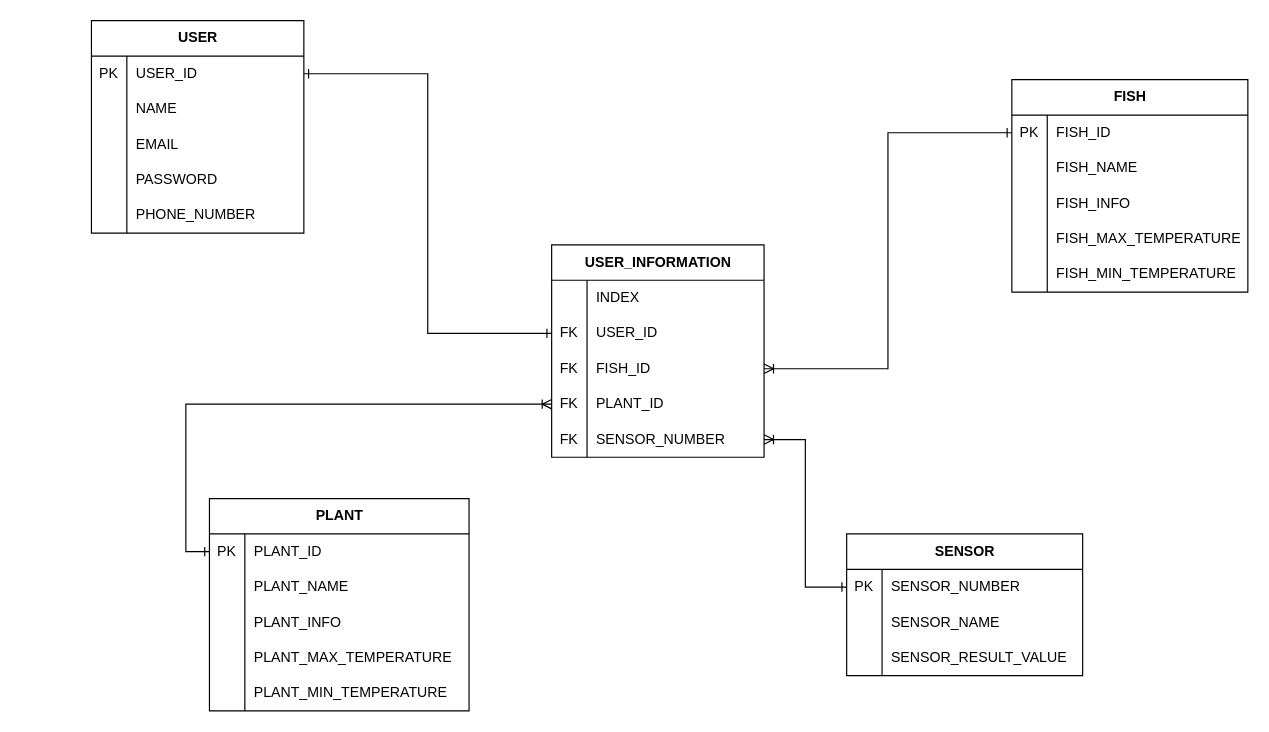
This is 제목 없는 다이어그램.drawio from hayarobyjy/JY_Code, a draw.io file, before an edit. Source tidied: cells renumbered, new cells numbered last; positions are measured from the earlier drawing's top-left corner, leaving out a move shared by most shapes. Both pictures are drawn from the tidied source at 118%, with x=0, y=0 at pixel (91, 20).
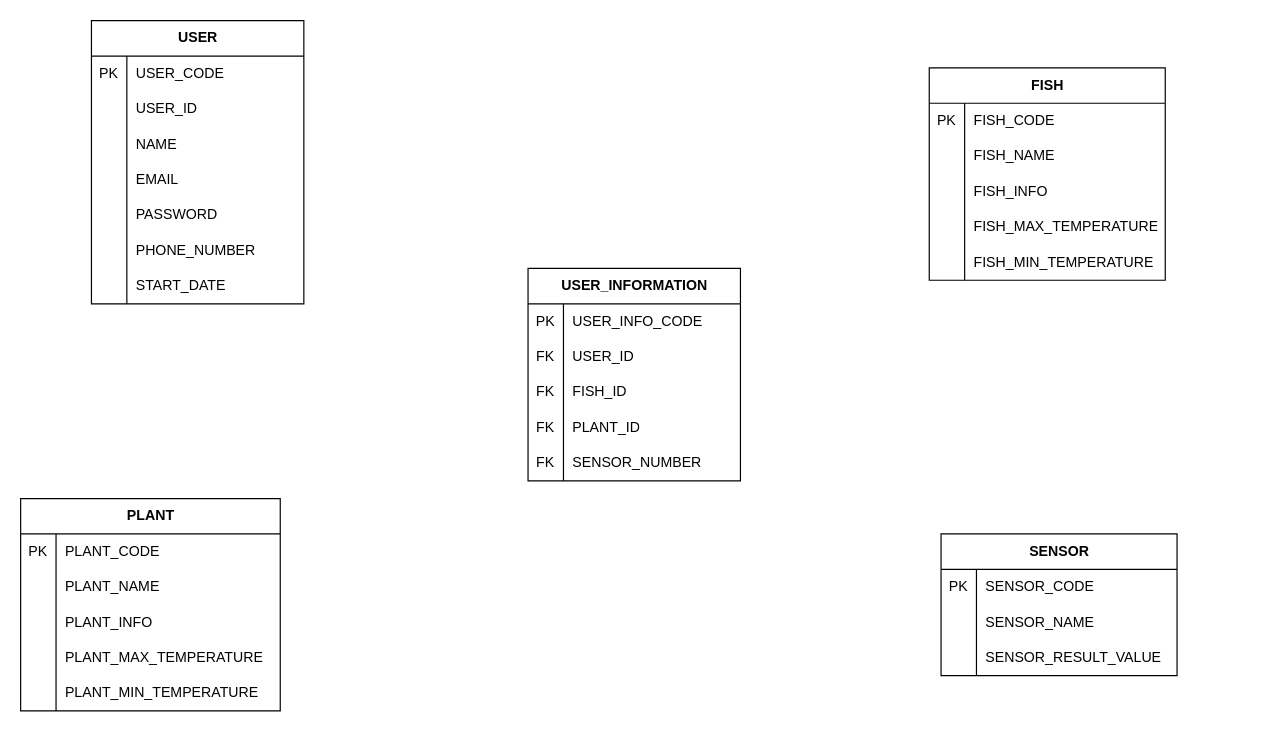
After the change.

Commit message (it also covers changes not shown here):
제목 없는 다이어그램.drawio 업데이트

Unchanged cells that the change refers to:
```xml
<mxCell id="3" style="shape=tableRow;horizontal=0;startSize=0;swimlaneHead=0;swimlaneBody=0;fillColor=none;points=[[0,0.5],[1,0.5]];portConstraint=eastwest;top=0;left=0;right=0;bottom=0;" parent="2" vertex="1">
  <mxGeometry y="30" width="180" height="30" as="geometry" />
</mxCell>
<mxCell id="51" style="shape=tableRow;horizontal=0;startSize=0;swimlaneHead=0;swimlaneBody=0;fillColor=none;points=[[0,0.5],[1,0.5]];portConstraint=eastwest;top=0;left=0;right=0;bottom=0;strokeColor=default;" parent="50" vertex="1">
  <mxGeometry y="30" width="200" height="30" as="geometry" />
</mxCell>
<mxCell id="61" style="shape=tableRow;horizontal=0;startSize=0;swimlaneHead=0;swimlaneBody=0;fillColor=none;top=0;left=0;right=0;bottom=0;strokeColor=default;" parent="60" vertex="1">
  <mxGeometry y="30" width="180" height="30" as="geometry" />
</mxCell>
<mxCell id="64" style="shape=tableRow;horizontal=0;startSize=0;swimlaneHead=0;swimlaneBody=0;fillColor=none;points=[[0,0.5],[1,0.5]];portConstraint=eastwest;top=0;left=0;right=0;bottom=0;strokeColor=default;" parent="60" vertex="1">
  <mxGeometry y="60" width="180" height="30" as="geometry" />
</mxCell>
<mxCell id="67" style="shape=tableRow;horizontal=0;startSize=0;swimlaneHead=0;swimlaneBody=0;fillColor=none;points=[[0,0.5],[1,0.5]];portConstraint=eastwest;top=0;left=0;right=0;bottom=0;strokeColor=default;" parent="60" vertex="1">
  <mxGeometry y="90" width="180" height="30" as="geometry" />
</mxCell>
<mxCell id="70" style="shape=tableRow;horizontal=0;startSize=0;swimlaneHead=0;swimlaneBody=0;fillColor=none;points=[[0,0.5],[1,0.5]];portConstraint=eastwest;top=0;left=0;right=0;bottom=0;strokeColor=default;" parent="60" vertex="1">
  <mxGeometry y="120" width="180" height="30" as="geometry" />
</mxCell>
<mxCell id="73" style="shape=tableRow;horizontal=0;startSize=0;swimlaneHead=0;swimlaneBody=0;fillColor=none;points=[[0,0.5],[1,0.5]];portConstraint=eastwest;top=0;left=0;right=0;bottom=0;" parent="60" vertex="1">
  <mxGeometry y="150" width="180" height="30" as="geometry" />
</mxCell>
```

Diff of the diagram source:
```diff
@@
     <mxCell id="2" value="USER" style="shape=table;startSize=30;childLayout=tableLayout;rowLines=0;fontStyle=1;align=center;html=1;" parent="1" vertex="1">
-      <mxGeometry width="180" height="180" as="geometry" />
+      <mxGeometry width="180" height="240" as="geometry" />
     </mxCell>
@@
-    <mxCell id="5" value="USER_ID" style="shape=partialRectangle;fillColor=none;top=0;left=0;bottom=0;right=0;align=left;spacingLeft=6;overflow=hidden;whiteSpace=wrap;html=1;" parent="3" vertex="1">
+    <mxCell id="5" value="USER_CODE" style="shape=partialRectangle;fillColor=none;top=0;left=0;bottom=0;right=0;align=left;spacingLeft=6;overflow=hidden;whiteSpace=wrap;html=1;" parent="3" vertex="1">
       <mxGeometry x="30" width="150" height="30" as="geometry" />
     </mxCell>
+    <mxCell id="80" style="shape=tableRow;horizontal=0;startSize=0;swimlaneHead=0;swimlaneBody=0;fillColor=none;top=0;left=0;right=0;bottom=0;" parent="2" vertex="1">
+      <mxGeometry y="60" width="180" height="30" as="geometry" />
+    </mxCell>
+    <mxCell id="81" style="shape=partialRectangle;fillColor=none;top=0;left=0;bottom=0;right=0;overflow=hidden;whiteSpace=wrap;html=1;" parent="80" vertex="1">
+      <mxGeometry width="30" height="30" as="geometry" />
+    </mxCell>
+    <mxCell id="82" value="USER_ID" style="shape=partialRectangle;fillColor=none;top=0;left=0;bottom=0;right=0;align=left;spacingLeft=6;overflow=hidden;whiteSpace=wrap;html=1;" parent="80" vertex="1">
+      <mxGeometry x="30" width="150" height="30" as="geometry" />
+    </mxCell>
     <mxCell id="6" style="shape=tableRow;horizontal=0;startSize=0;swimlaneHead=0;swimlaneBody=0;fillColor=none;top=0;left=0;right=0;bottom=0;" parent="2" vertex="1">
-      <mxGeometry y="60" width="180" height="30" as="geometry" />
+      <mxGeometry y="90" width="180" height="30" as="geometry" />
     </mxCell>
@@
     <mxCell id="9" style="shape=tableRow;horizontal=0;startSize=0;swimlaneHead=0;swimlaneBody=0;fillColor=none;top=0;left=0;right=0;bottom=0;" parent="2" vertex="1">
-      <mxGeometry y="90" width="180" height="30" as="geometry" />
+      <mxGeometry y="120" width="180" height="30" as="geometry" />
     </mxCell>
@@
     <mxCell id="12" style="shape=tableRow;horizontal=0;startSize=0;swimlaneHead=0;swimlaneBody=0;fillColor=none;top=0;left=0;right=0;bottom=0;" parent="2" vertex="1">
-      <mxGeometry y="120" width="180" height="30" as="geometry" />
+      <mxGeometry y="150" width="180" height="30" as="geometry" />
     </mxCell>
@@
     <mxCell id="15" style="shape=tableRow;horizontal=0;startSize=0;swimlaneHead=0;swimlaneBody=0;fillColor=none;top=0;left=0;right=0;bottom=0;" parent="2" vertex="1">
-      <mxGeometry y="150" width="180" height="30" as="geometry" />
+      <mxGeometry y="180" width="180" height="30" as="geometry" />
     </mxCell>
@@
+    <mxCell id="83" style="shape=tableRow;horizontal=0;startSize=0;swimlaneHead=0;swimlaneBody=0;fillColor=none;top=0;left=0;right=0;bottom=0;" parent="2" vertex="1">
+      <mxGeometry y="210" width="180" height="30" as="geometry" />
+    </mxCell>
+    <mxCell id="84" style="shape=partialRectangle;fillColor=none;top=0;left=0;bottom=0;right=0;overflow=hidden;whiteSpace=wrap;html=1;" parent="83" vertex="1">
+      <mxGeometry width="30" height="30" as="geometry" />
+    </mxCell>
+    <mxCell id="85" value="START_DATE" style="shape=partialRectangle;fillColor=none;top=0;left=0;bottom=0;right=0;align=left;spacingLeft=6;overflow=hidden;whiteSpace=wrap;html=1;" parent="83" vertex="1">
+      <mxGeometry x="30" width="150" height="30" as="geometry" />
+    </mxCell>
     <mxCell id="18" value="PLANT" style="shape=table;startSize=30;childLayout=tableLayout;rowLines=0;fontStyle=1;align=center;html=1;strokeColor=default;verticalAlign=middle;strokeWidth=1;swimlaneLine=1;rounded=0;" parent="1" vertex="1">
-      <mxGeometry x="100" y="405" width="220" height="180" as="geometry" />
+      <mxGeometry x="-60" y="405" width="220" height="180" as="geometry" />
     </mxCell>
-    <mxCell id="19" style="shape=tableRow;horizontal=0;startSize=0;swimlaneHead=0;swimlaneBody=0;fillColor=none;points=[[0,0.5],[1,0.5]];portConstraint=eastwest;top=0;left=0;right=0;bottom=0;strokeColor=default;" parent="18" vertex="1">
-      <mxGeometry y="30" width="220" height="30" as="geometry" />
-    </mxCell>
-    <mxCell id="20" value="PK" style="shape=partialRectangle;fillColor=none;top=0;left=0;bottom=0;right=0;overflow=hidden;whiteSpace=wrap;html=1;" parent="19" vertex="1">
-      <mxGeometry width="30" height="30" as="geometry" />
-    </mxCell>
-    <mxCell id="21" value="PLANT_ID" style="shape=partialRectangle;fillColor=none;top=0;left=0;bottom=0;right=0;align=left;spacingLeft=6;overflow=hidden;whiteSpace=wrap;html=1;" parent="19" vertex="1">
-      <mxGeometry x="30" width="190" height="30" as="geometry" />
-    </mxCell>
     <mxCell id="22" style="shape=tableRow;horizontal=0;startSize=0;swimlaneHead=0;swimlaneBody=0;fillColor=none;top=0;left=0;right=0;bottom=0;strokeColor=default;" parent="18" vertex="1">
-      <mxGeometry y="60" width="220" height="30" as="geometry" />
+      <mxGeometry y="30" width="220" height="30" as="geometry" />
     </mxCell>
-    <mxCell id="23" style="shape=partialRectangle;fillColor=none;top=0;left=0;bottom=0;right=0;overflow=hidden;whiteSpace=wrap;html=1;" parent="22" vertex="1">
+    <mxCell id="23" value="PK" style="shape=partialRectangle;fillColor=none;top=0;left=0;bottom=0;right=0;overflow=hidden;whiteSpace=wrap;html=1;" parent="22" vertex="1">
       <mxGeometry width="30" height="30" as="geometry" />
     </mxCell>
-    <mxCell id="24" value="PLANT_NAME" style="shape=partialRectangle;fillColor=none;top=0;left=0;bottom=0;right=0;align=left;spacingLeft=6;overflow=hidden;whiteSpace=wrap;html=1;" parent="22" vertex="1">
+    <mxCell id="24" value="PLANT_CODE" style="shape=partialRectangle;fillColor=none;top=0;left=0;bottom=0;right=0;align=left;spacingLeft=6;overflow=hidden;whiteSpace=wrap;html=1;" parent="22" vertex="1">
       <mxGeometry x="30" width="190" height="30" as="geometry" />
     </mxCell>
+    <mxCell id="86" style="shape=tableRow;horizontal=0;startSize=0;swimlaneHead=0;swimlaneBody=0;fillColor=none;top=0;left=0;right=0;bottom=0;strokeColor=default;" parent="18" vertex="1">
+      <mxGeometry y="60" width="220" height="30" as="geometry" />
+    </mxCell>
+    <mxCell id="87" style="shape=partialRectangle;fillColor=none;top=0;left=0;bottom=0;right=0;overflow=hidden;whiteSpace=wrap;html=1;" parent="86" vertex="1">
+      <mxGeometry width="30" height="30" as="geometry" />
+    </mxCell>
+    <mxCell id="88" value="PLANT_NAME" style="shape=partialRectangle;fillColor=none;top=0;left=0;bottom=0;right=0;align=left;spacingLeft=6;overflow=hidden;whiteSpace=wrap;html=1;" parent="86" vertex="1">
+      <mxGeometry x="30" width="190" height="30" as="geometry" />
+    </mxCell>
@@
     <mxCell id="34" value="FISH" style="shape=table;startSize=30;childLayout=tableLayout;rowLines=0;fontStyle=1;align=center;html=1;strokeColor=default;verticalAlign=middle;strokeWidth=1;swimlaneLine=1;rounded=0;" parent="1" vertex="1">
-      <mxGeometry x="780" y="50" width="200" height="180" as="geometry" />
+      <mxGeometry x="710" y="40" width="200" height="180" as="geometry" />
     </mxCell>
-    <mxCell id="35" style="shape=tableRow;horizontal=0;startSize=0;swimlaneHead=0;swimlaneBody=0;fillColor=none;points=[[0,0.5],[1,0.5]];portConstraint=eastwest;top=0;left=0;right=0;bottom=0;strokeColor=default;" parent="34" vertex="1">
-      <mxGeometry y="30" width="200" height="30" as="geometry" />
-    </mxCell>
-    <mxCell id="36" value="PK" style="shape=partialRectangle;fillColor=none;top=0;left=0;bottom=0;right=0;overflow=hidden;whiteSpace=wrap;html=1;" parent="35" vertex="1">
-      <mxGeometry width="30" height="30" as="geometry" />
-    </mxCell>
-    <mxCell id="37" value="FISH_ID" style="shape=partialRectangle;fillColor=none;top=0;left=0;bottom=0;right=0;align=left;spacingLeft=6;overflow=hidden;whiteSpace=wrap;html=1;" parent="35" vertex="1">
-      <mxGeometry x="30" width="170" height="30" as="geometry" />
-    </mxCell>
     <mxCell id="38" style="shape=tableRow;horizontal=0;startSize=0;swimlaneHead=0;swimlaneBody=0;fillColor=none;top=0;left=0;right=0;bottom=0;strokeColor=default;" parent="34" vertex="1">
-      <mxGeometry y="60" width="200" height="30" as="geometry" />
+      <mxGeometry y="30" width="200" height="30" as="geometry" />
     </mxCell>
-    <mxCell id="39" style="shape=partialRectangle;fillColor=none;top=0;left=0;bottom=0;right=0;overflow=hidden;whiteSpace=wrap;html=1;" parent="38" vertex="1">
+    <mxCell id="39" value="PK" style="shape=partialRectangle;fillColor=none;top=0;left=0;bottom=0;right=0;overflow=hidden;whiteSpace=wrap;html=1;" parent="38" vertex="1">
       <mxGeometry width="30" height="30" as="geometry" />
     </mxCell>
-    <mxCell id="40" value="FISH_NAME" style="shape=partialRectangle;fillColor=none;top=0;left=0;bottom=0;right=0;align=left;spacingLeft=6;overflow=hidden;whiteSpace=wrap;html=1;" parent="38" vertex="1">
+    <mxCell id="40" value="FISH_CODE" style="shape=partialRectangle;fillColor=none;top=0;left=0;bottom=0;right=0;align=left;spacingLeft=6;overflow=hidden;whiteSpace=wrap;html=1;" parent="38" vertex="1">
       <mxGeometry x="30" width="170" height="30" as="geometry" />
     </mxCell>
+    <mxCell id="89" style="shape=tableRow;horizontal=0;startSize=0;swimlaneHead=0;swimlaneBody=0;fillColor=none;top=0;left=0;right=0;bottom=0;strokeColor=default;" parent="34" vertex="1">
+      <mxGeometry y="60" width="200" height="30" as="geometry" />
+    </mxCell>
+    <mxCell id="90" style="shape=partialRectangle;fillColor=none;top=0;left=0;bottom=0;right=0;overflow=hidden;whiteSpace=wrap;html=1;" parent="89" vertex="1">
+      <mxGeometry width="30" height="30" as="geometry" />
+    </mxCell>
+    <mxCell id="91" value="FISH_NAME" style="shape=partialRectangle;fillColor=none;top=0;left=0;bottom=0;right=0;align=left;spacingLeft=6;overflow=hidden;whiteSpace=wrap;html=1;" parent="89" vertex="1">
+      <mxGeometry x="30" width="170" height="30" as="geometry" />
+    </mxCell>
@@
     <mxCell id="50" value="SENSOR" style="shape=table;startSize=30;childLayout=tableLayout;rowLines=0;fontStyle=1;align=center;html=1;strokeColor=default;verticalAlign=middle;strokeWidth=1;swimlaneLine=1;rounded=0;" parent="1" vertex="1">
-      <mxGeometry x="640" y="435" width="200" height="120" as="geometry" />
+      <mxGeometry x="720" y="435" width="200" height="120" as="geometry" />
     </mxCell>
@@
-    <mxCell id="53" value="SENSOR_NUMBER" style="shape=partialRectangle;fillColor=none;top=0;left=0;bottom=0;right=0;align=left;spacingLeft=6;overflow=hidden;whiteSpace=wrap;html=1;" parent="51" vertex="1">
+    <mxCell id="53" value="SENSOR_CODE" style="shape=partialRectangle;fillColor=none;top=0;left=0;bottom=0;right=0;align=left;spacingLeft=6;overflow=hidden;whiteSpace=wrap;html=1;" parent="51" vertex="1">
       <mxGeometry x="30" width="170" height="30" as="geometry" />
     </mxCell>
@@
     <mxCell id="60" value="USER_INFORMATION" style="shape=table;startSize=30;childLayout=tableLayout;rowLines=0;fontStyle=1;align=center;html=1;strokeColor=default;verticalAlign=middle;strokeWidth=1;swimlaneLine=1;rounded=0;" parent="1" vertex="1">
-      <mxGeometry x="390" y="190" width="180" height="180" as="geometry" />
+      <mxGeometry x="370" y="210" width="180" height="180" as="geometry" />
     </mxCell>
@@
-    <mxCell id="62" style="shape=partialRectangle;fillColor=none;top=0;left=0;bottom=0;right=0;overflow=hidden;whiteSpace=wrap;html=1;" parent="61" vertex="1">
+    <mxCell id="62" value="PK" style="shape=partialRectangle;fillColor=none;top=0;left=0;bottom=0;right=0;overflow=hidden;whiteSpace=wrap;html=1;" parent="61" vertex="1">
       <mxGeometry width="30" height="30" as="geometry" />
     </mxCell>
-    <mxCell id="63" value="INDEX" style="shape=partialRectangle;fillColor=none;top=0;left=0;bottom=0;right=0;align=left;spacingLeft=6;overflow=hidden;whiteSpace=wrap;html=1;" parent="61" vertex="1">
+    <mxCell id="63" value="USER_INFO_CODE" style="shape=partialRectangle;fillColor=none;top=0;left=0;bottom=0;right=0;align=left;spacingLeft=6;overflow=hidden;whiteSpace=wrap;html=1;" parent="61" vertex="1">
       <mxGeometry x="30" width="150" height="30" as="geometry" />
     </mxCell>
@@
-    <mxCell id="76" style="edgeStyle=orthogonalEdgeStyle;rounded=0;jettySize=auto;html=1;exitX=0;exitY=0.5;exitDx=0;exitDy=0;entryX=0;entryY=0.5;entryDx=0;entryDy=0;startArrow=ERone;startFill=0;endArrow=ERoneToMany;endFill=0;" parent="1" edge="1" source="19" target="70">
-      <mxGeometry relative="1" as="geometry" />
-    </mxCell>
-    <mxCell id="77" style="edgeStyle=orthogonalEdgeStyle;rounded=0;jettySize=auto;html=1;exitX=1;exitY=0.5;exitDx=0;exitDy=0;entryX=0;entryY=0.5;entryDx=0;entryDy=0;startArrow=ERone;startFill=0;endArrow=ERone;endFill=0;" parent="1" edge="1" source="3" target="64">
-      <mxGeometry relative="1" as="geometry" />
-    </mxCell>
-    <mxCell id="78" style="edgeStyle=orthogonalEdgeStyle;rounded=0;jettySize=auto;html=1;exitX=0;exitY=0.5;exitDx=0;exitDy=0;entryX=1;entryY=0.5;entryDx=0;entryDy=0;startArrow=ERone;startFill=0;endArrow=ERoneToMany;endFill=0;" parent="1" edge="1" source="35" target="67">
-      <mxGeometry relative="1" as="geometry" />
-    </mxCell>
-    <mxCell id="79" style="edgeStyle=orthogonalEdgeStyle;rounded=0;jettySize=auto;html=1;exitX=0;exitY=0.5;exitDx=0;exitDy=0;entryX=1;entryY=0.5;entryDx=0;entryDy=0;startArrow=ERone;startFill=0;endArrow=ERoneToMany;endFill=0;" parent="1" edge="1" source="51" target="73">
-      <mxGeometry relative="1" as="geometry" />
-    </mxCell>
```
